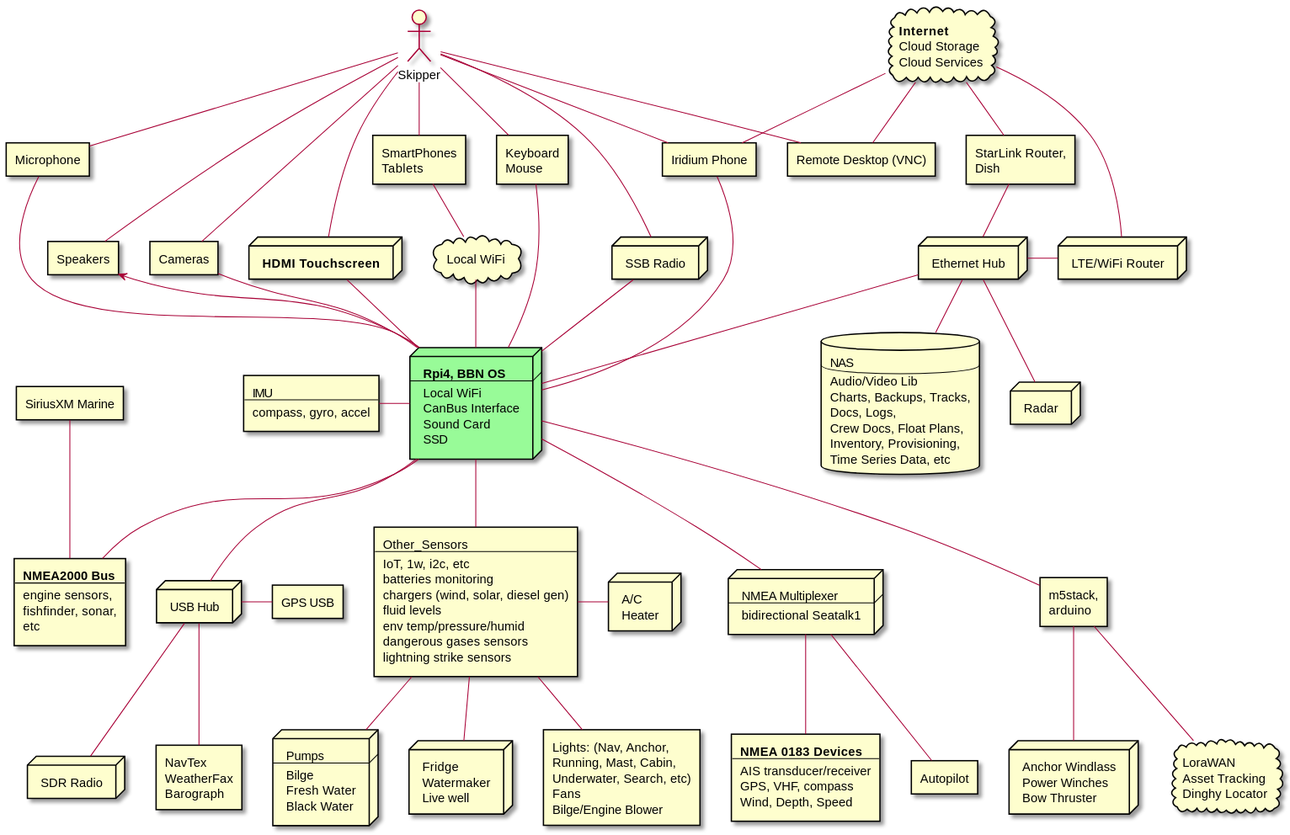
Above: docs/images/system-arch.svg in bareboat-necessities/my-bareboat (PlantUML), before the change.
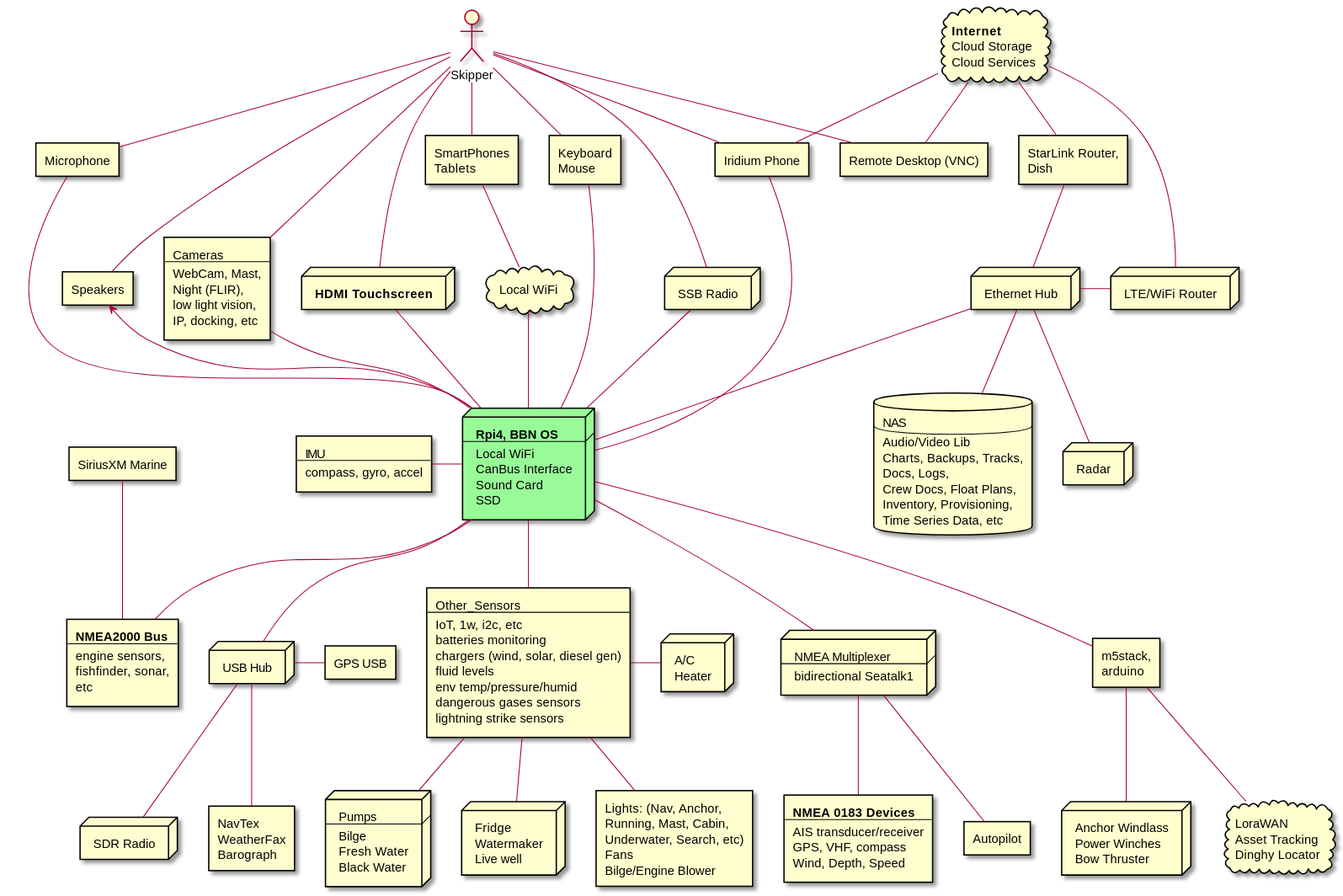
After the commit.

Commit message:
better diagrams

Diff of the diagram source:
```diff
@@ -84,6 +84,11 @@
 
 rectangle Cameras [
  Cameras
+ ----
+ WebCam, Mast,
+ Night (FLIR),
+ low light vision,
+ IP, docking, etc
 ]
 
 node SDR [
```
